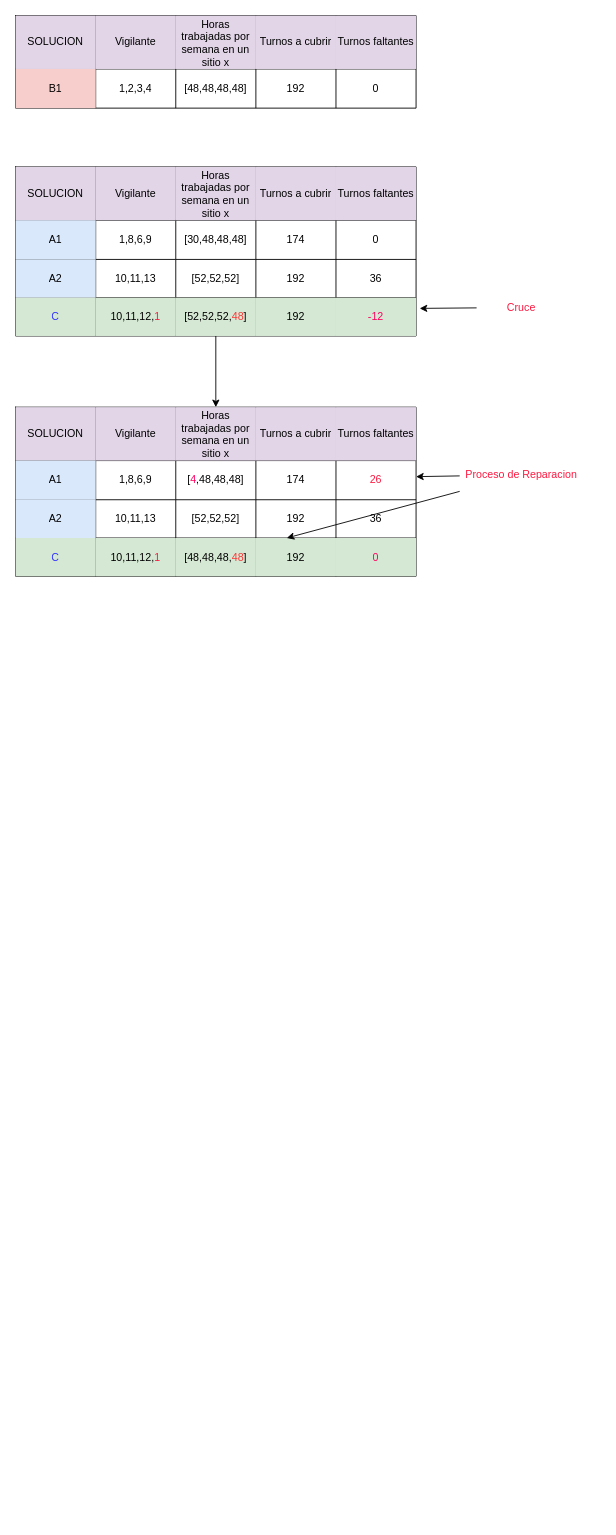
renejal/assignment-of-truns keeps this draw.io diagram as app/Diagrams/crossing_vigilant_assigment.drawio. Above is the earlier version. Source tidied: cells renumbered, new cells numbered last; positions are measured from the earlier drawing's top-left corner, leaving out a move shared by most shapes. Both pictures are drawn from the tidied source at 89%, with x=0, y=0 at pixel (15, 15).
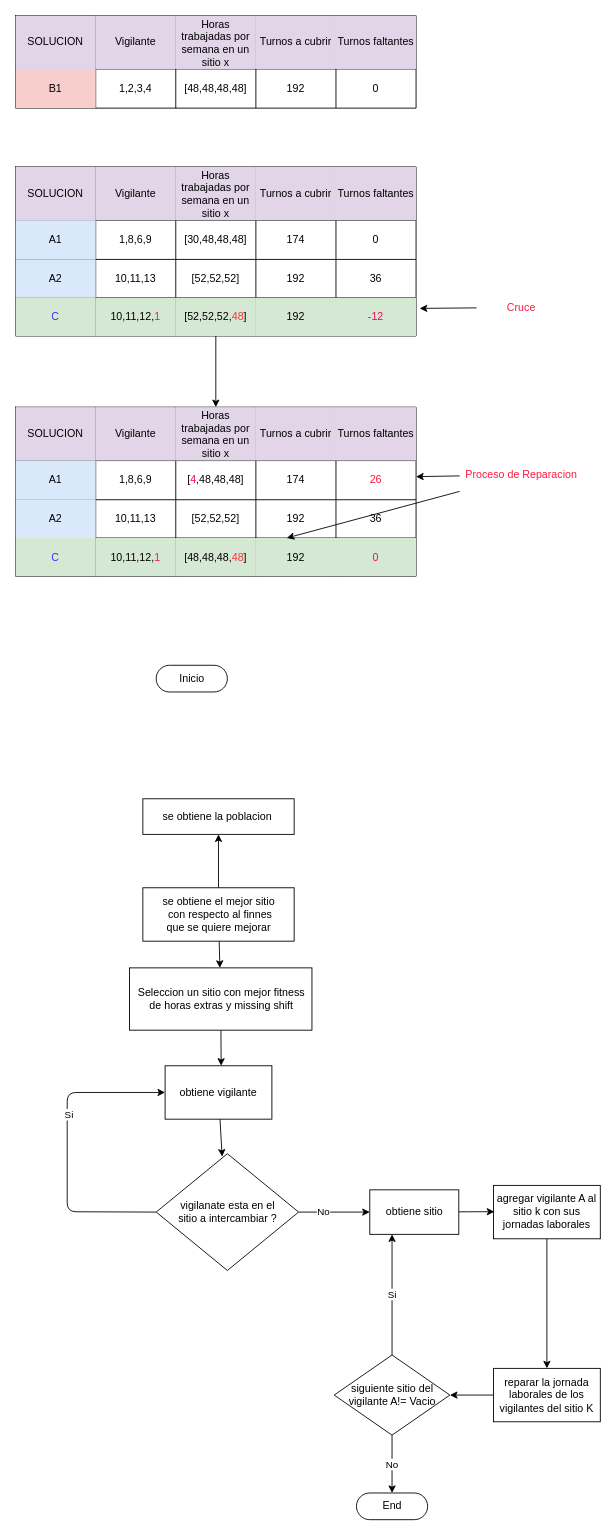
After the change.

Commit message (it also covers changes not shown here):
activate crossing

The edit, as a diff of the source:
```diff
@@
+    <mxCell id="71" style="edgeStyle=none;html=1;" parent="1" edge="1" source="73" target="75">
+      <mxGeometry relative="1" as="geometry" />
+    </mxCell>
+    <mxCell id="72" style="edgeStyle=none;html=1;" parent="1" edge="1" source="73" target="94">
+      <mxGeometry relative="1" as="geometry" />
+    </mxCell>
+    <mxCell id="73" value="se obtiene el mejor sitio&lt;br&gt;&amp;nbsp;con respecto al finnes &lt;br&gt;que se quiere mejorar" style="html=1;dashed=0;whitespace=wrap;" parent="1" vertex="1">
+      <mxGeometry x="143" y="980" width="170" height="60" as="geometry" />
+    </mxCell>
+    <mxCell id="74" style="edgeStyle=none;html=1;" parent="1" edge="1" source="75" target="78">
+      <mxGeometry relative="1" as="geometry">
+        <Array as="points">
+          <mxPoint x="231" y="1180" />
+        </Array>
+      </mxGeometry>
+    </mxCell>
+    <mxCell id="75" value="Seleccion un sitio con mejor fitness &lt;br&gt;de horas extras y missing shift" style="html=1;dashed=0;whitespace=wrap;" parent="1" vertex="1">
+      <mxGeometry x="128" y="1070" width="205" height="70" as="geometry" />
+    </mxCell>
+    <mxCell id="76" value="Inicio" style="html=1;dashed=0;whitespace=wrap;shape=mxgraph.dfd.start;" parent="1" vertex="1">
+      <mxGeometry x="158" y="730" width="80" height="30" as="geometry" />
+    </mxCell>
+    <mxCell id="77" style="edgeStyle=none;html=1;entryX=0.463;entryY=0.025;entryDx=0;entryDy=0;entryPerimeter=0;" parent="1" edge="1" source="78" target="83">
+      <mxGeometry relative="1" as="geometry" />
+    </mxCell>
+    <mxCell id="78" value="obtiene vigilante" style="whiteSpace=wrap;html=1;dashed=0;" parent="1" vertex="1">
+      <mxGeometry x="168" y="1180" width="120" height="60" as="geometry" />
+    </mxCell>
+    <mxCell id="79" style="edgeStyle=none;html=1;exitX=0;exitY=0.5;exitDx=0;exitDy=0;entryX=0;entryY=0.5;entryDx=0;entryDy=0;" parent="1" edge="1" source="83" target="78">
+      <mxGeometry relative="1" as="geometry">
+        <Array as="points">
+          <mxPoint x="58" y="1344" />
+          <mxPoint x="58" y="1210" />
+        </Array>
+      </mxGeometry>
+    </mxCell>
+    <mxCell id="80" value="Si" style="edgeLabel;html=1;align=center;verticalAlign=middle;" parent="79" vertex="1">
+      <mxGeometry x="0.22" y="-1" relative="1" as="geometry" />
+    </mxCell>
+    <mxCell id="81" style="edgeStyle=none;html=1;entryX=0;entryY=0.5;entryDx=0;entryDy=0;" parent="1" edge="1" source="83" target="89">
+      <mxGeometry relative="1" as="geometry" />
+    </mxCell>
+    <mxCell id="82" value="No" style="edgeLabel;html=1;align=center;verticalAlign=middle;" parent="81" vertex="1">
+      <mxGeometry x="-0.29" y="1" relative="1" as="geometry" />
+    </mxCell>
+    <mxCell id="83" value="vigilanate esta en el &lt;br&gt;sitio a intercambiar ?" style="shape=rhombus;html=1;dashed=0;whitespace=wrap;perimeter=rhombusPerimeter;" parent="1" vertex="1">
+      <mxGeometry x="158" y="1278.8" width="160" height="131.2" as="geometry" />
+    </mxCell>
+    <mxCell id="84" style="edgeStyle=none;html=1;" parent="1" edge="1" source="85" target="87">
+      <mxGeometry relative="1" as="geometry" />
+    </mxCell>
+    <mxCell id="85" value="agregar vigilante A al sitio k con sus jornadas laborales" style="whiteSpace=wrap;html=1;dashed=0;" parent="1" vertex="1">
+      <mxGeometry x="537" y="1314.4" width="120" height="60" as="geometry" />
+    </mxCell>
+    <mxCell id="86" style="edgeStyle=none;html=1;" parent="1" edge="1" source="87" target="92">
+      <mxGeometry relative="1" as="geometry" />
+    </mxCell>
+    <mxCell id="87" value="reparar la jornada laborales de los vigilantes del sitio K" style="whiteSpace=wrap;html=1;dashed=0;" parent="1" vertex="1">
+      <mxGeometry x="537" y="1520" width="120" height="60" as="geometry" />
+    </mxCell>
+    <mxCell id="88" style="edgeStyle=none;html=1;" parent="1" edge="1" source="89">
+      <mxGeometry relative="1" as="geometry">
+        <mxPoint x="538" y="1344" as="targetPoint" />
+        <Array as="points">
+          <mxPoint x="518" y="1344" />
+        </Array>
+      </mxGeometry>
+    </mxCell>
+    <mxCell id="89" value="obtiene sitio" style="html=1;dashed=0;whitespace=wrap;" parent="1" vertex="1">
+      <mxGeometry x="398" y="1319.4" width="100" height="50" as="geometry" />
+    </mxCell>
+    <mxCell id="90" value="Si" style="edgeStyle=none;html=1;entryX=0.25;entryY=1;entryDx=0;entryDy=0;" parent="1" edge="1" source="92" target="89">
+      <mxGeometry relative="1" as="geometry" />
+    </mxCell>
+    <mxCell id="91" value="No" style="edgeStyle=none;html=1;" parent="1" edge="1" source="92" target="93">
+      <mxGeometry relative="1" as="geometry" />
+    </mxCell>
+    <mxCell id="92" value="siguiente sitio del &lt;br&gt;vigilante A!= Vacio" style="shape=rhombus;html=1;dashed=0;whitespace=wrap;perimeter=rhombusPerimeter;" parent="1" vertex="1">
+      <mxGeometry x="358" y="1505" width="130" height="90" as="geometry" />
+    </mxCell>
+    <mxCell id="93" value="End" style="html=1;dashed=0;whitespace=wrap;shape=mxgraph.dfd.start;" parent="1" vertex="1">
+      <mxGeometry x="383" y="1660" width="80" height="30" as="geometry" />
+    </mxCell>
+    <mxCell id="94" value="se obtiene la poblacion&amp;nbsp;" style="html=1;dashed=0;whitespace=wrap;" parent="1" vertex="1">
+      <mxGeometry x="143" y="880" width="170" height="40" as="geometry" />
+    </mxCell>
```
